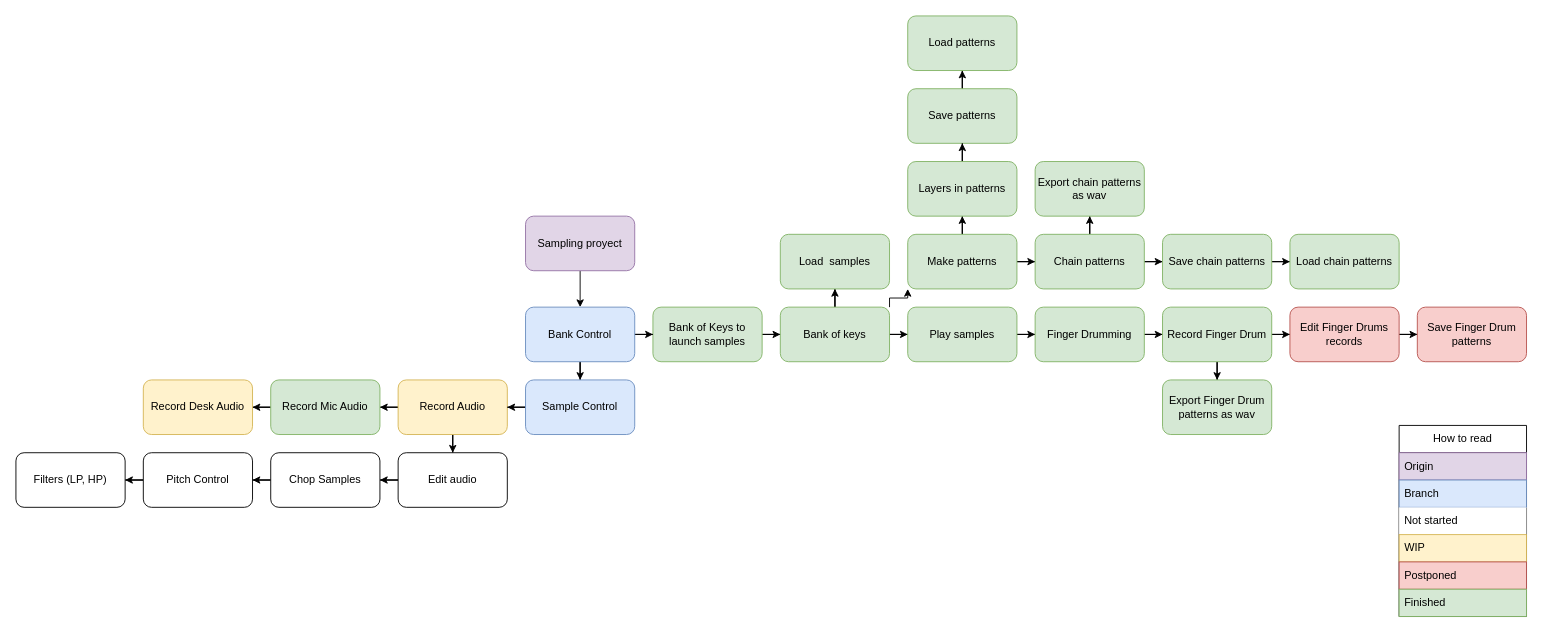
Earlier version of the draw.io diagram Status Diagram/Sampling proyect diagram.drawio (elcalak/Sampling). Source tidied: cells renumbered, new cells numbered last; positions are measured from the earlier drawing's top-left corner, leaving out a move shared by most shapes. Both pictures are drawn from the tidied source at 91%, with x=0, y=0 at pixel (15, 15).
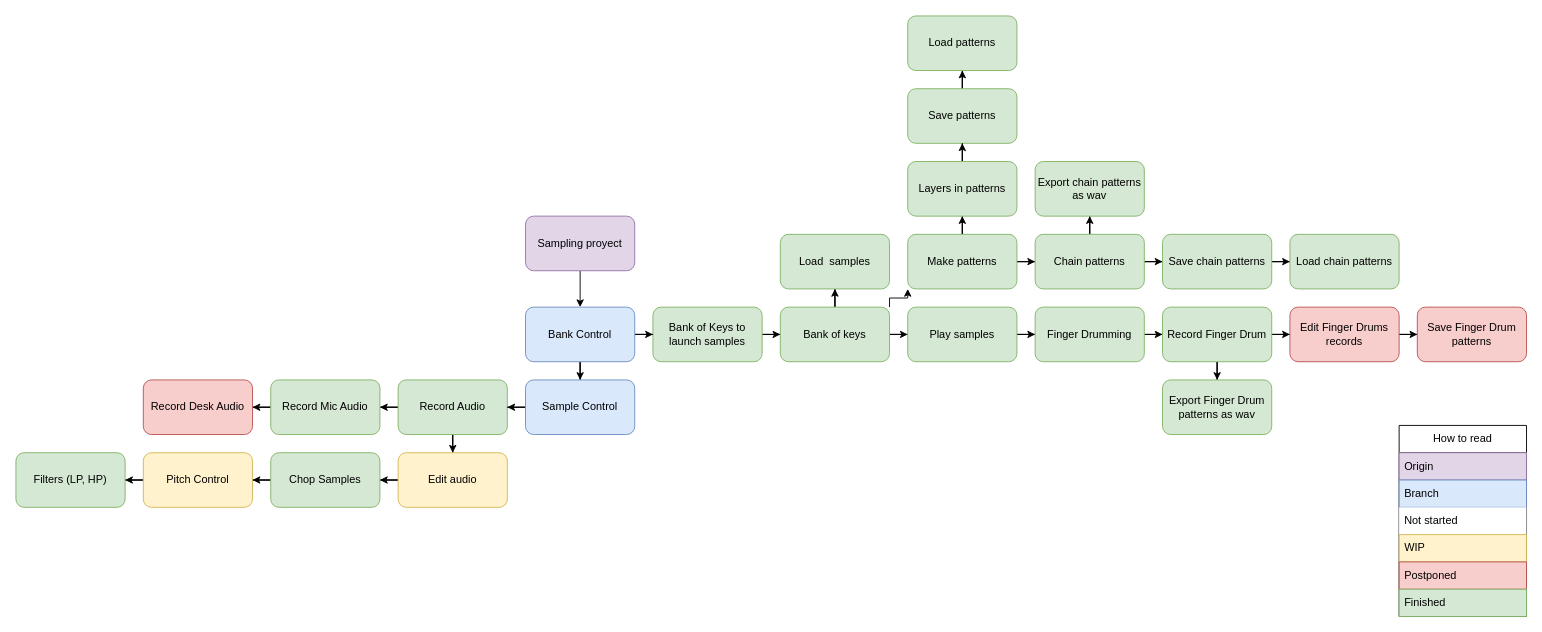
The same page after the edit.

The edit, as a diff of the source:
```diff
@@
-    <mxCell id="8" value="Record Audio" style="rounded=1;whiteSpace=wrap;html=1;fillColor=#fff2cc;strokeColor=#d6b656;" parent="1" vertex="1">
+    <mxCell id="8" value="Record Audio" style="rounded=1;whiteSpace=wrap;html=1;fillColor=#d5e8d4;strokeColor=#82b366;" parent="1" vertex="1">
       <mxGeometry x="420" y="400" width="120" height="60" as="geometry" />
     </mxCell>
@@
-    <mxCell id="10" value="Edit audio" style="rounded=1;whiteSpace=wrap;html=1;" parent="1" vertex="1">
+    <mxCell id="10" value="Edit audio" style="rounded=1;whiteSpace=wrap;html=1;fillColor=#fff2cc;strokeColor=#d6b656;" parent="1" vertex="1">
       <mxGeometry x="420" y="480" width="120" height="60" as="geometry" />
     </mxCell>
@@
-    <mxCell id="50" value="Chop Samples" style="whiteSpace=wrap;html=1;rounded=1;" parent="1" vertex="1">
+    <mxCell id="50" value="Chop Samples" style="whiteSpace=wrap;html=1;rounded=1;fillColor=#d5e8d4;strokeColor=#82b366;" parent="1" vertex="1">
       <mxGeometry x="280" y="480" width="120" height="60" as="geometry" />
     </mxCell>
@@
-    <mxCell id="52" value="Pitch Control" style="whiteSpace=wrap;html=1;rounded=1;" parent="1" vertex="1">
+    <mxCell id="52" value="Pitch Control" style="whiteSpace=wrap;html=1;rounded=1;fillColor=#fff2cc;strokeColor=#d6b656;" parent="1" vertex="1">
       <mxGeometry x="140" y="480" width="120" height="60" as="geometry" />
     </mxCell>
@@
-    <mxCell id="55" value="Record Desk Audio" style="whiteSpace=wrap;html=1;fillColor=#fff2cc;strokeColor=#d6b656;rounded=1;" parent="1" vertex="1">
+    <mxCell id="55" value="Record Desk Audio" style="whiteSpace=wrap;html=1;fillColor=#f8cecc;strokeColor=#b85450;rounded=1;" parent="1" vertex="1">
       <mxGeometry x="140" y="400" width="120" height="60" as="geometry" />
     </mxCell>
@@
-    <mxCell id="61" value="Filters (LP, HP)" style="whiteSpace=wrap;html=1;rounded=1;" parent="1" vertex="1">
+    <mxCell id="61" value="Filters (LP, HP)" style="whiteSpace=wrap;html=1;rounded=1;fillColor=#d5e8d4;strokeColor=#82b366;" parent="1" vertex="1">
       <mxGeometry y="480" width="120" height="60" as="geometry" />
     </mxCell>
```
